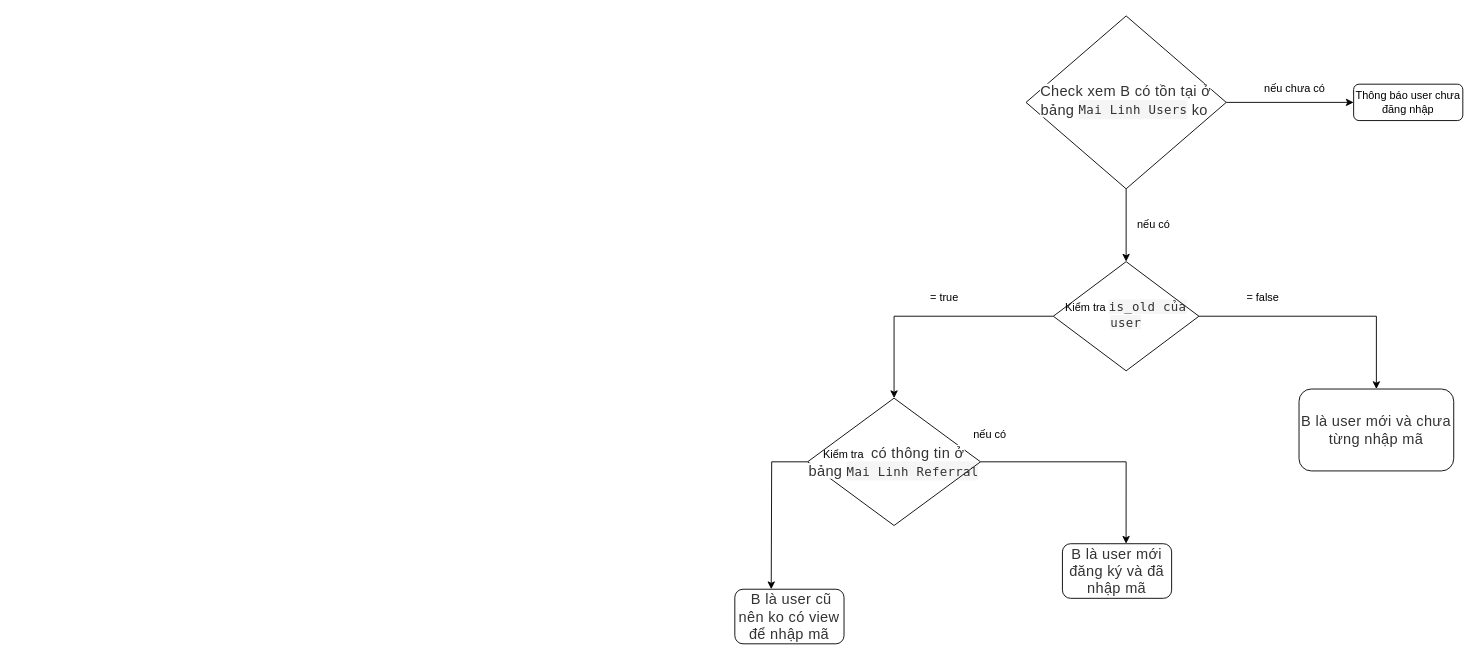
Before: Untitled Diagram.drawio in DaiLocIU/awesome-nestjs, a draw.io diagram. Source tidied: cells renumbered, new cells numbered last; positions are measured from the earlier drawing's top-left corner, leaving out a move shared by most shapes. Both pictures are drawn from the tidied source at 91%, with x=0, y=0 at pixel (734, 15).
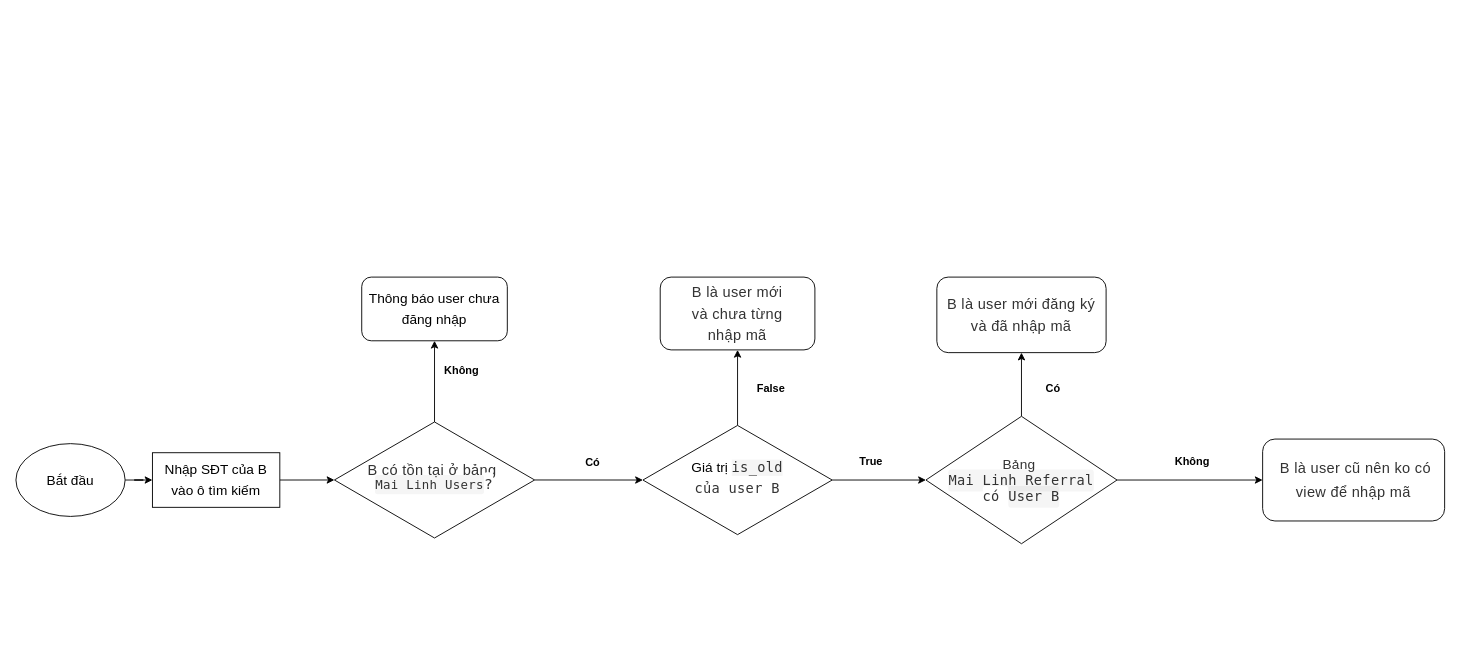
After the change.

Commit message:
Flow CS Mai Linh

Change to the diagram source:
```diff
@@
-    <mxCell id="2" style="edgeStyle=orthogonalEdgeStyle;rounded=0;jettySize=auto;html=1;exitX=1;exitY=0.5;exitDx=0;exitDy=0;" parent="1" edge="1" source="4" target="5">
+    <mxCell id="2" style="edgeStyle=orthogonalEdgeStyle;rounded=0;jettySize=auto;html=1;exitX=0.5;exitY=0;exitDx=0;exitDy=0;entryX=0.5;entryY=1;entryDx=0;entryDy=0;" parent="1" edge="1" source="4" target="5">
       <mxGeometry relative="1" as="geometry" />
     </mxCell>
-    <mxCell id="3" style="edgeStyle=orthogonalEdgeStyle;rounded=0;jettySize=auto;html=1;exitX=0.5;exitY=1;exitDx=0;exitDy=0;entryX=0.5;entryY=0;entryDx=0;entryDy=0;" parent="1" edge="1" source="4" target="8">
+    <mxCell id="3" style="edgeStyle=orthogonalEdgeStyle;rounded=0;jettySize=auto;html=1;exitX=1;exitY=0.5;exitDx=0;exitDy=0;entryX=0;entryY=0.5;entryDx=0;entryDy=0;" parent="1" edge="1" source="4" target="8">
       <mxGeometry relative="1" as="geometry" />
     </mxCell>
-    <mxCell id="4" value="&lt;span style=&quot;box-sizing: border-box ; color: rgb(51 , 51 , 51) ; font-family: , &amp;#34;blinkmacsystemfont&amp;#34; , &amp;#34;segoe ui&amp;#34; , &amp;#34;helvetica neue&amp;#34; , &amp;#34;helvetica&amp;#34; , &amp;#34;roboto&amp;#34; , &amp;#34;arial&amp;#34; , sans-serif , &amp;#34;apple color emoji&amp;#34; , &amp;#34;segoe ui emoji&amp;#34; , &amp;#34;segoe ui symbol&amp;#34; ; font-size: 16px ; letter-spacing: 0.35px ; text-align: left ; background-color: rgb(255 , 255 , 255)&quot;&gt;Check xem B có tồn tại ở bảng&amp;nbsp;&lt;/span&gt;&lt;code style=&quot;box-sizing: border-box ; font-family: &amp;#34;menlo&amp;#34; , &amp;#34;monaco&amp;#34; , &amp;#34;consolas&amp;#34; , &amp;#34;courier new&amp;#34; , monospace ; font-size: 13.6px ; padding: 0.2em 0px ; color: rgb(51 , 51 , 51) ; background-color: rgba(0 , 0 , 0 , 0.04) ; border-radius: 3px ; margin: 0px ; letter-spacing: 0.35px ; text-align: left&quot;&gt;Mai Linh Users&lt;/code&gt;&lt;span style=&quot;box-sizing: border-box ; color: rgb(51 , 51 , 51) ; font-family: , &amp;#34;blinkmacsystemfont&amp;#34; , &amp;#34;segoe ui&amp;#34; , &amp;#34;helvetica neue&amp;#34; , &amp;#34;helvetica&amp;#34; , &amp;#34;roboto&amp;#34; , &amp;#34;arial&amp;#34; , sans-serif , &amp;#34;apple color emoji&amp;#34; , &amp;#34;segoe ui emoji&amp;#34; , &amp;#34;segoe ui symbol&amp;#34; ; font-size: 16px ; letter-spacing: 0.35px ; text-align: left ; background-color: rgb(255 , 255 , 255)&quot;&gt;&amp;nbsp;ko&lt;/span&gt;&amp;nbsp;" style="rhombus;whiteSpace=wrap;html=1;shadow=0;fontFamily=Helvetica;fontSize=12;align=center;strokeWidth=1;spacing=6;spacingTop=-4;" parent="1" vertex="1">
-      <mxGeometry x="320" width="220" height="190" as="geometry" />
+    <mxCell id="4" value="&lt;p style=&quot;line-height: 120%&quot;&gt;&lt;span style=&quot;box-sizing: border-box ; color: rgb(51 , 51 , 51) ; font-family: , &amp;#34;blinkmacsystemfont&amp;#34; , &amp;#34;segoe ui&amp;#34; , &amp;#34;helvetica neue&amp;#34; , &amp;#34;helvetica&amp;#34; , &amp;#34;roboto&amp;#34; , &amp;#34;arial&amp;#34; , sans-serif , &amp;#34;apple color emoji&amp;#34; , &amp;#34;segoe ui emoji&amp;#34; , &amp;#34;segoe ui symbol&amp;#34; ; font-size: 16px ; letter-spacing: 0.35px ; text-align: left ; background-color: rgb(255 , 255 , 255)&quot;&gt;B có tồn tại ở bảng&amp;nbsp;&lt;br&gt;&lt;/span&gt;&lt;code style=&quot;box-sizing: border-box ; font-family: &amp;#34;menlo&amp;#34; , &amp;#34;monaco&amp;#34; , &amp;#34;consolas&amp;#34; , &amp;#34;courier new&amp;#34; , monospace ; font-size: 13.6px ; padding: 0.2em 0px ; color: rgb(51 , 51 , 51) ; background-color: rgba(0 , 0 , 0 , 0.04) ; border-radius: 3px ; margin: 0px ; letter-spacing: 0.35px ; text-align: left&quot;&gt;Mai Linh Users&lt;/code&gt;&lt;code style=&quot;box-sizing: border-box ; font-family: &amp;#34;menlo&amp;#34; , &amp;#34;monaco&amp;#34; , &amp;#34;consolas&amp;#34; , &amp;#34;courier new&amp;#34; , monospace ; padding: 0.2em 0px ; color: rgb(51 , 51 , 51) ; border-radius: 3px ; margin: 0px ; letter-spacing: 0.35px ; text-align: left ; font-size: 16px ; background-color: rgb(255 , 255 , 255)&quot;&gt;?&lt;/code&gt;&lt;/p&gt;" style="rhombus;whiteSpace=wrap;html=1;shadow=0;fontFamily=Helvetica;fontSize=12;align=center;strokeWidth=1;spacing=6;spacingTop=-4;" parent="1" vertex="1">
+      <mxGeometry x="-440" y="446.2" width="220" height="127.5" as="geometry" />
     </mxCell>
-    <mxCell id="5" value="Thông báo user chưa đăng nhập" style="rounded=1;whiteSpace=wrap;html=1;fontSize=12;glass=0;strokeWidth=1;shadow=0;" parent="1" vertex="1">
-      <mxGeometry x="680" y="75" width="120" height="40" as="geometry" />
+    <mxCell id="5" value="&lt;font style=&quot;font-size: 15px ; line-height: 150%&quot;&gt;Thông báo user chưa đăng nhập&lt;/font&gt;" style="rounded=1;whiteSpace=wrap;html=1;fontSize=12;glass=0;strokeWidth=1;shadow=0;" parent="1" vertex="1">
+      <mxGeometry x="-410" y="287" width="160" height="70" as="geometry" />
     </mxCell>
+    <mxCell id="7" style="edgeStyle=orthogonalEdgeStyle;rounded=0;jettySize=auto;html=1;exitX=0.5;exitY=0;exitDx=0;exitDy=0;" parent="1" edge="1" source="8" target="9">
+      <mxGeometry relative="1" as="geometry" />
+    </mxCell>
-    <mxCell id="6" style="edgeStyle=orthogonalEdgeStyle;rounded=0;jettySize=auto;html=1;exitX=0;exitY=0.5;exitDx=0;exitDy=0;entryX=0.5;entryY=0;entryDx=0;entryDy=0;" parent="1" edge="1" source="8" target="12">
+    <mxCell id="6" style="edgeStyle=orthogonalEdgeStyle;rounded=0;jettySize=auto;html=1;" parent="1" edge="1" source="8" target="12">
       <mxGeometry relative="1" as="geometry" />
     </mxCell>
-    <mxCell id="7" style="edgeStyle=orthogonalEdgeStyle;rounded=0;jettySize=auto;html=1;exitX=1;exitY=0.5;exitDx=0;exitDy=0;entryX=0.5;entryY=0;entryDx=0;entryDy=0;" parent="1" edge="1" source="8" target="9">
-      <mxGeometry relative="1" as="geometry" />
-    </mxCell>
-    <mxCell id="8" value="Kiểm tra&amp;nbsp;&lt;span style=&quot;color: rgb(51 , 51 , 51) ; font-family: &amp;#34;menlo&amp;#34; , &amp;#34;monaco&amp;#34; , &amp;#34;consolas&amp;#34; , &amp;#34;courier new&amp;#34; , monospace ; font-size: 13.6px ; letter-spacing: 0.35px ; text-align: left ; background-color: rgba(0 , 0 , 0 , 0.04)&quot;&gt;is_old của user&lt;/span&gt;" style="rhombus;whiteSpace=wrap;html=1;shadow=0;fontFamily=Helvetica;fontSize=12;align=center;strokeWidth=1;spacing=6;spacingTop=-4;" parent="1" vertex="1">
-      <mxGeometry x="350" y="270" width="160" height="120" as="geometry" />
+    <mxCell id="8" value="&lt;font style=&quot;font-size: 15px ; line-height: 150%&quot;&gt;Giá trị&amp;nbsp;&lt;span style=&quot;color: rgb(51 , 51 , 51) ; font-family: &amp;#34;menlo&amp;#34; , &amp;#34;monaco&amp;#34; , &amp;#34;consolas&amp;#34; , &amp;#34;courier new&amp;#34; , monospace ; letter-spacing: 0.35px ; text-align: left&quot;&gt;&lt;span style=&quot;background-color: rgba(0 , 0 , 0 , 0.04)&quot;&gt;is_old&lt;/span&gt;&lt;br&gt;&lt;span style=&quot;background-color: rgb(255 , 255 , 255)&quot;&gt;của user B&lt;/span&gt;&lt;/span&gt;&lt;/font&gt;" style="rhombus;whiteSpace=wrap;html=1;shadow=0;fontFamily=Helvetica;fontSize=12;align=center;strokeWidth=1;spacing=6;spacingTop=-4;" parent="1" vertex="1">
+      <mxGeometry x="-101" y="450" width="208" height="120" as="geometry" />
     </mxCell>
-    <mxCell id="9" value="&lt;span style=&quot;color: rgb(51 , 51 , 51) ; font-family: , &amp;#34;blinkmacsystemfont&amp;#34; , &amp;#34;segoe ui&amp;#34; , &amp;#34;helvetica neue&amp;#34; , &amp;#34;helvetica&amp;#34; , &amp;#34;roboto&amp;#34; , &amp;#34;arial&amp;#34; , sans-serif , &amp;#34;apple color emoji&amp;#34; , &amp;#34;segoe ui emoji&amp;#34; , &amp;#34;segoe ui symbol&amp;#34; ; font-size: 16px ; letter-spacing: 0.35px ; text-align: left ; background-color: rgb(255 , 255 , 255)&quot;&gt;B là user mới và chưa từng nhập mã&lt;/span&gt;" style="rounded=1;whiteSpace=wrap;html=1;fontSize=12;glass=0;strokeWidth=1;shadow=0;" parent="1" vertex="1">
-      <mxGeometry x="620" y="410" width="170" height="90" as="geometry" />
+    <mxCell id="9" value="&lt;span style=&quot;color: rgb(51 , 51 , 51) ; font-size: 16px ; letter-spacing: 0.35px ; text-align: left ; background-color: rgb(255 , 255 , 255) ; line-height: 150%&quot;&gt;B là user mới&lt;br&gt;và chưa từng&lt;br&gt;nhập mã&lt;/span&gt;" style="rounded=1;whiteSpace=wrap;html=1;fontSize=12;glass=0;strokeWidth=1;shadow=0;" parent="1" vertex="1">
+      <mxGeometry x="-82" y="287" width="170" height="80" as="geometry" />
     </mxCell>
-    <mxCell id="10" style="edgeStyle=orthogonalEdgeStyle;rounded=0;jettySize=auto;html=1;exitX=0;exitY=0.5;exitDx=0;exitDy=0;" parent="1" edge="1" source="12">
-      <mxGeometry relative="1" as="geometry">
-        <mxPoint x="40" y="630" as="targetPoint" />
-      </mxGeometry>
-    </mxCell>
+    <mxCell id="20" style="edgeStyle=orthogonalEdgeStyle;rounded=0;jettySize=auto;html=1;entryX=0;entryY=0.5;entryDx=0;entryDy=0;" parent="1" edge="1" source="12" target="19">
+      <mxGeometry relative="1" as="geometry" />
+    </mxCell>
-    <mxCell id="11" style="edgeStyle=orthogonalEdgeStyle;rounded=0;jettySize=auto;html=1;exitX=1;exitY=0.5;exitDx=0;exitDy=0;entryX=0.583;entryY=0;entryDx=0;entryDy=0;entryPerimeter=0;" parent="1" edge="1" source="12" target="18">
+    <mxCell id="11" style="edgeStyle=orthogonalEdgeStyle;rounded=0;jettySize=auto;html=1;entryX=0.5;entryY=1;entryDx=0;entryDy=0;" parent="1" edge="1" source="12" target="18">
       <mxGeometry relative="1" as="geometry" />
     </mxCell>
-    <mxCell id="12" value="Kiểm tra&amp;nbsp;&lt;span style=&quot;box-sizing: border-box ; color: rgb(51 , 51 , 51) ; font-family: , &amp;#34;blinkmacsystemfont&amp;#34; , &amp;#34;segoe ui&amp;#34; , &amp;#34;helvetica neue&amp;#34; , &amp;#34;helvetica&amp;#34; , &amp;#34;roboto&amp;#34; , &amp;#34;arial&amp;#34; , sans-serif , &amp;#34;apple color emoji&amp;#34; , &amp;#34;segoe ui emoji&amp;#34; , &amp;#34;segoe ui symbol&amp;#34; ; font-size: 16px ; letter-spacing: 0.35px ; text-align: left ; background-color: rgb(255 , 255 , 255)&quot;&gt;&amp;nbsp;có thông tin ở bảng&amp;nbsp;&lt;/span&gt;&lt;code style=&quot;box-sizing: border-box ; font-family: &amp;#34;menlo&amp;#34; , &amp;#34;monaco&amp;#34; , &amp;#34;consolas&amp;#34; , &amp;#34;courier new&amp;#34; , monospace ; font-size: 13.6px ; padding: 0.2em 0px ; color: rgb(51 , 51 , 51) ; background-color: rgba(0 , 0 , 0 , 0.04) ; border-radius: 3px ; margin: 0px ; letter-spacing: 0.35px ; text-align: left&quot;&gt;Mai Linh Referral&lt;/code&gt;" style="rhombus;whiteSpace=wrap;html=1;" parent="1" vertex="1">
-      <mxGeometry x="80" y="420" width="190" height="140" as="geometry" />
+    <mxCell id="12" value="&lt;p style=&quot;line-height: 150%&quot;&gt;&lt;/p&gt;&lt;div style=&quot;text-align: center ; font-size: 15px&quot;&gt;&lt;font style=&quot;font-size: 15px&quot;&gt;&lt;span style=&quot;box-sizing: border-box ; color: rgb(51 , 51 , 51) ; letter-spacing: 0.35px ; text-align: left ; background-color: rgb(255 , 255 , 255)&quot;&gt;Bảng&amp;nbsp;&lt;/span&gt;&lt;/font&gt;&lt;/div&gt;&lt;div style=&quot;text-align: center ; font-size: 15px&quot;&gt;&lt;font style=&quot;font-size: 15px&quot;&gt;&lt;code style=&quot;box-sizing: border-box ; font-family: &amp;#34;menlo&amp;#34; , &amp;#34;monaco&amp;#34; , &amp;#34;consolas&amp;#34; , &amp;#34;courier new&amp;#34; , monospace ; padding: 0.2em 0px ; color: rgb(51 , 51 , 51) ; background-color: rgba(0 , 0 , 0 , 0.04) ; border-radius: 3px ; margin: 0px ; letter-spacing: 0.35px ; text-align: left&quot;&gt;Mai Linh Referral&lt;/code&gt;&lt;/font&gt;&lt;/div&gt;&lt;div style=&quot;text-align: center ; font-size: 15px&quot;&gt;&lt;font style=&quot;font-size: 15px&quot;&gt;&lt;code style=&quot;box-sizing: border-box ; font-family: &amp;#34;menlo&amp;#34; , &amp;#34;monaco&amp;#34; , &amp;#34;consolas&amp;#34; , &amp;#34;courier new&amp;#34; , monospace ; padding: 0.2em 0px ; color: rgb(51 , 51 , 51) ; border-radius: 3px ; margin: 0px ; letter-spacing: 0.35px ; text-align: left ; background-color: rgb(255 , 255 , 255)&quot;&gt;có &lt;/code&gt;&lt;code style=&quot;box-sizing: border-box ; font-family: &amp;#34;menlo&amp;#34; , &amp;#34;monaco&amp;#34; , &amp;#34;consolas&amp;#34; , &amp;#34;courier new&amp;#34; , monospace ; padding: 0.2em 0px ; color: rgb(51 , 51 , 51) ; background-color: rgba(0 , 0 , 0 , 0.04) ; border-radius: 3px ; margin: 0px ; letter-spacing: 0.35px ; text-align: left&quot;&gt;User B&lt;/code&gt;&lt;/font&gt;&lt;/div&gt;&lt;p&gt;&lt;/p&gt;" style="rhombus;whiteSpace=wrap;html=1;" parent="1" vertex="1">
+      <mxGeometry x="210" y="440" width="210" height="140" as="geometry" />
     </mxCell>
-    <mxCell id="13" value="nếu chưa có" style="text;html=1;align=center;verticalAlign=middle;" parent="1" vertex="1">
-      <mxGeometry x="575" y="70" width="80" height="20" as="geometry" />
-    </mxCell>
-    <mxCell id="14" value="nếu có" style="text;html=1;align=center;verticalAlign=middle;" parent="1" vertex="1">
-      <mxGeometry x="435" y="220" width="50" height="20" as="geometry" />
-    </mxCell>
-    <mxCell id="15" value="= false" style="text;html=1;align=center;verticalAlign=middle;" parent="1" vertex="1">
-      <mxGeometry x="555" y="300" width="50" height="20" as="geometry" />
-    </mxCell>
-    <mxCell id="16" value="= true" style="text;html=1;align=center;verticalAlign=middle;" parent="1" vertex="1">
-      <mxGeometry x="205" y="300" width="50" height="20" as="geometry" />
-    </mxCell>
-    <mxCell id="17" value="nếu có" style="text;html=1;align=center;verticalAlign=middle;" parent="1" vertex="1">
-      <mxGeometry x="255" y="450" width="50" height="20" as="geometry" />
-    </mxCell>
-    <mxCell id="18" value="&lt;span style=&quot;color: rgb(51 , 51 , 51) ; font-family: , &amp;#34;blinkmacsystemfont&amp;#34; , &amp;#34;segoe ui&amp;#34; , &amp;#34;helvetica neue&amp;#34; , &amp;#34;helvetica&amp;#34; , &amp;#34;roboto&amp;#34; , &amp;#34;arial&amp;#34; , sans-serif , &amp;#34;apple color emoji&amp;#34; , &amp;#34;segoe ui emoji&amp;#34; , &amp;#34;segoe ui symbol&amp;#34; ; font-size: 16px ; letter-spacing: 0.35px ; text-align: left ; background-color: rgb(255 , 255 , 255)&quot;&gt;B là user mới đăng ký và đã nhập mã&lt;/span&gt;" style="rounded=1;whiteSpace=wrap;html=1;" parent="1" vertex="1">
-      <mxGeometry x="360" y="580" width="120" height="60" as="geometry" />
+    <mxCell id="18" value="&lt;span style=&quot;color: rgb(51 , 51 , 51) ; font-size: 16px ; letter-spacing: 0.35px ; text-align: left ; background-color: rgb(255 , 255 , 255) ; line-height: 150%&quot;&gt;B là user mới đăng ký và đã nhập mã&lt;/span&gt;" style="rounded=1;whiteSpace=wrap;html=1;" parent="1" vertex="1">
+      <mxGeometry x="222" y="287" width="186" height="83" as="geometry" />
     </mxCell>
-    <mxCell id="19" value="&lt;span style=&quot;color: rgb(51 , 51 , 51) ; font-family: , &amp;#34;blinkmacsystemfont&amp;#34; , &amp;#34;segoe ui&amp;#34; , &amp;#34;helvetica neue&amp;#34; , &amp;#34;helvetica&amp;#34; , &amp;#34;roboto&amp;#34; , &amp;#34;arial&amp;#34; , sans-serif , &amp;#34;apple color emoji&amp;#34; , &amp;#34;segoe ui emoji&amp;#34; , &amp;#34;segoe ui symbol&amp;#34; ; font-size: 16px ; letter-spacing: 0.35px ; text-align: left ; background-color: rgb(255 , 255 , 255)&quot;&gt;&amp;nbsp;B là user cũ nên ko có view để nhập mã&lt;/span&gt;" style="rounded=1;whiteSpace=wrap;html=1;" parent="1" vertex="1">
-      <mxGeometry y="630" width="120" height="60" as="geometry" />
+    <mxCell id="19" value="&lt;span style=&quot;color: rgb(51 , 51 , 51) ; font-size: 16px ; letter-spacing: 0.35px ; text-align: left ; background-color: rgb(255 , 255 , 255) ; line-height: 160%&quot;&gt;&amp;nbsp;B là user cũ nên ko có view để nhập mã&lt;/span&gt;" style="rounded=1;whiteSpace=wrap;html=1;" parent="1" vertex="1">
+      <mxGeometry x="580" y="465" width="200" height="90" as="geometry" />
     </mxCell>
+    <mxCell id="21" style="edgeStyle=orthogonalEdgeStyle;rounded=0;jettySize=auto;html=1;exitX=1;exitY=0.5;exitDx=0;exitDy=0;entryX=0;entryY=0.5;entryDx=0;entryDy=0;" parent="1" edge="1" source="22" target="4">
+      <mxGeometry relative="1" as="geometry" />
+    </mxCell>
+    <mxCell id="22" value="&lt;font style=&quot;font-size: 15px ; line-height: 150%&quot;&gt;Nhập SĐT của B&lt;br&gt;vào ô tìm kiếm&lt;/font&gt;" style="rounded=0;whiteSpace=wrap;html=1;" parent="1" vertex="1">
+      <mxGeometry x="-640" y="480" width="140" height="60" as="geometry" />
+    </mxCell>
+    <mxCell id="23" style="edgeStyle=orthogonalEdgeStyle;rounded=0;jettySize=auto;html=1;" parent="1" edge="1" source="24" target="22">
+      <mxGeometry relative="1" as="geometry" />
+    </mxCell>
+    <mxCell id="24" value="&lt;font style=&quot;font-size: 15px&quot;&gt;Bắt đầu&lt;/font&gt;" style="ellipse;whiteSpace=wrap;html=1;" parent="1" vertex="1">
+      <mxGeometry x="-790" y="470" width="120" height="80" as="geometry" />
+    </mxCell>
+    <mxCell id="25" value="Không" style="text;html=1;strokeColor=none;fillColor=none;align=center;verticalAlign=middle;whiteSpace=wrap;rounded=0;fontStyle=1;" parent="1" vertex="1">
+      <mxGeometry x="-320" y="380" width="40" height="20" as="geometry" />
+    </mxCell>
+    <mxCell id="26" value="Có" style="text;html=1;strokeColor=none;fillColor=none;align=center;verticalAlign=middle;whiteSpace=wrap;rounded=0;fontStyle=1;" parent="1" vertex="1">
+      <mxGeometry x="-176" y="481" width="40" height="20" as="geometry" />
+    </mxCell>
+    <mxCell id="27" value="False" style="text;html=1;strokeColor=none;fillColor=none;align=center;verticalAlign=middle;whiteSpace=wrap;rounded=0;fontStyle=1;" parent="1" vertex="1">
+      <mxGeometry x="20" y="400" width="40" height="20" as="geometry" />
+    </mxCell>
+    <mxCell id="28" value="True" style="text;html=1;strokeColor=none;fillColor=none;align=center;verticalAlign=middle;whiteSpace=wrap;rounded=0;fontStyle=1;" parent="1" vertex="1">
+      <mxGeometry x="130" y="480" width="40" height="20" as="geometry" />
+    </mxCell>
+    <mxCell id="29" value="Có" style="text;html=1;strokeColor=none;fillColor=none;align=center;verticalAlign=middle;whiteSpace=wrap;rounded=0;fontStyle=1;" parent="1" vertex="1">
+      <mxGeometry x="330" y="400" width="40" height="20" as="geometry" />
+    </mxCell>
+    <mxCell id="30" value="Không" style="text;html=1;strokeColor=none;fillColor=none;align=center;verticalAlign=middle;whiteSpace=wrap;rounded=0;fontStyle=1;" parent="1" vertex="1">
+      <mxGeometry x="483" y="480" width="40" height="20" as="geometry" />
+    </mxCell>
```
